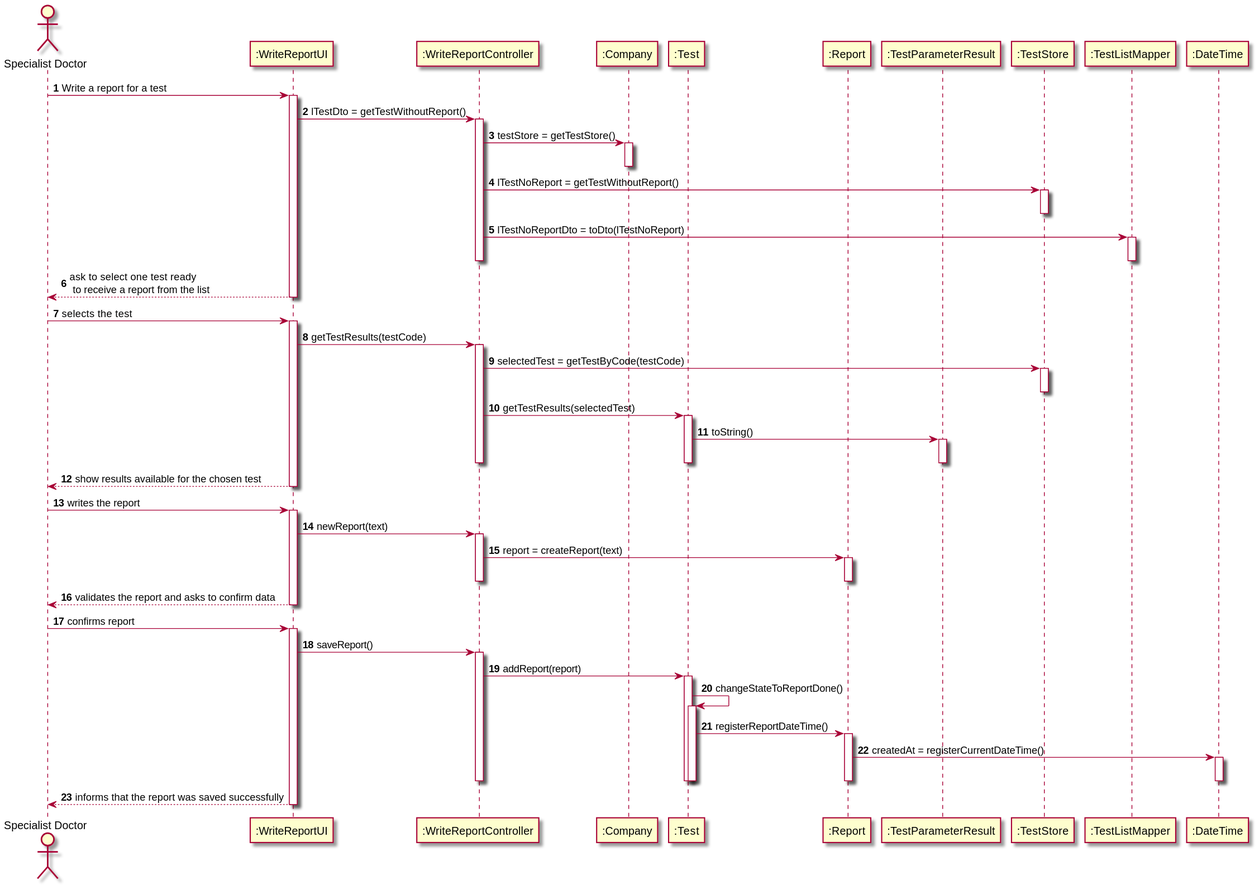
Before: docs/SprintC/US14/US14_SD.svg, a diagram exported from PlantUML (GuilhermeCunha79/lapr2).
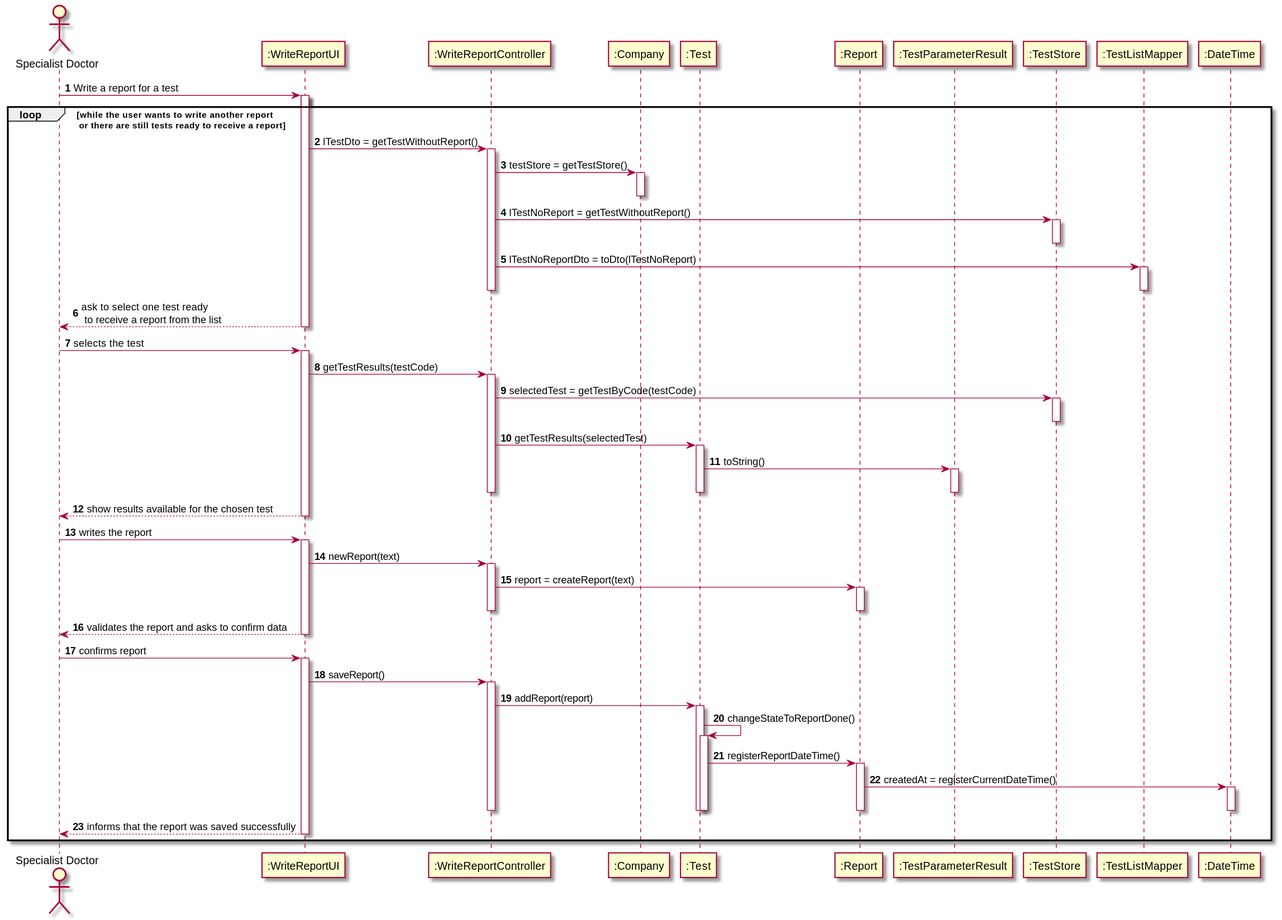
Above is the later version.

Commit message:
[US14] Small update to the SD and SSD diagrams

Diff of the diagram source:
```diff
@@ -15,6 +15,8 @@
 
 SD -> UI : Write a report for a test
 activate UI
+loop while the user wants to write another report\n or there are still tests ready to receive a report
+
 UI -> CTRL : lTestDto = getTestWithoutReport()
     activate CTRL
         CTRL -> COMP : testStore = getTestStore()
@@ -74,5 +76,6 @@
     deactivate CTRL
 UI --> SD : informs that the report was saved successfully
 deactivate UI
+end loop
 
 @enduml
```
